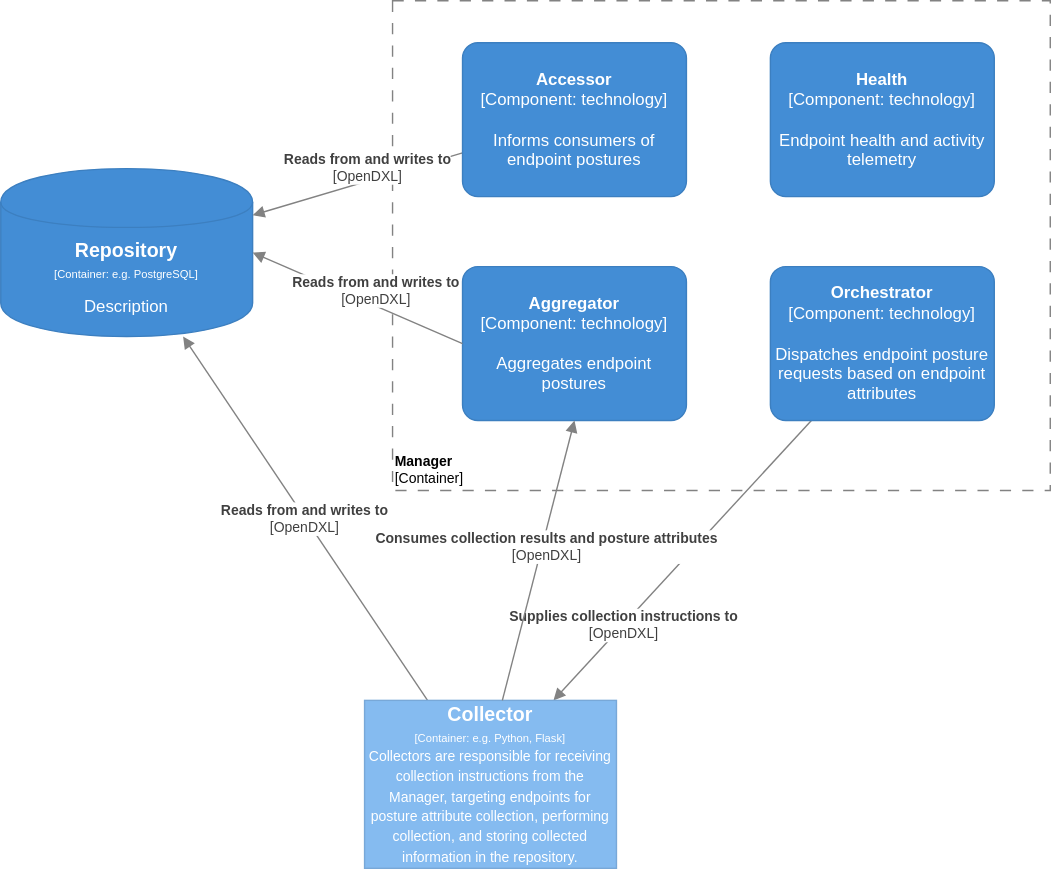
opencybersecurityalliance/documentation keeps this draw.io diagram as Architecture Documents/scap-components-SCAPv2 Manager.svg. Above is the earlier version. Source tidied: cells renumbered, new cells last; positions are measured from the earlier drawing's top-left corner, leaving out a move shared by most shapes. Its diagram source:
```xml
<mxGraphModel>
  <root>
    <mxCell id="0" />
    <mxCell id="1" parent="0" />
    <object id="2" label="&lt;font style=&quot;font-size: 10px&quot;&gt;&lt;b&gt;Manager&lt;br&gt;&lt;/b&gt;[Container]&lt;/font&gt;" name="Container Name" placeholders="1">
      <mxCell style="rounded=0;whiteSpace=wrap;html=1;strokeColor=#828282;fillColor=none;fontColor=#000000;align=left;labelPosition=center;verticalLabelPosition=middle;verticalAlign=bottom;dashed=1;strokeWidth=1;perimeterSpacing=0;spacing=2;spacingTop=0;fontSize=10;dashPattern=8 8;" parent="1" vertex="1">
        <mxGeometry x="280" width="470" height="350" as="geometry" />
      </mxCell>
    </object>
    <object id="3" label="&lt;div style=&quot;color: rgb(255 , 255 , 255) ; white-space: normal&quot;&gt;&lt;span style=&quot;font-size: 14px&quot;&gt;&lt;b&gt;Repository&lt;/b&gt;&lt;/span&gt;&lt;/div&gt;&lt;div style=&quot;color: rgb(255 , 255 , 255) ; font-size: 12px ; white-space: normal&quot;&gt;&lt;font style=&quot;font-size: 8px&quot;&gt;[Container: %technology%]&lt;/font&gt;&lt;/div&gt;&lt;div style=&quot;color: rgb(255 , 255 , 255) ; white-space: normal ; font-size: 8px&quot;&gt;&lt;font style=&quot;line-height: 9.6px&quot;&gt;&lt;br&gt;&lt;/font&gt;&lt;/div&gt;&lt;div style=&quot;color: rgb(255 , 255 , 255) ; white-space: normal&quot;&gt;%description%&lt;/div&gt;" description="Description" name="Container Name" placeholders="1" technology="e.g. PostgreSQL">
      <mxCell style="shape=cylinder;whiteSpace=wrap;html=1;boundedLbl=1;backgroundOutline=1;strokeColor=#3C7FC0;fillColor=#438DD5;fontSize=12;fontColor=#ffffff;align=center;rounded=0;" parent="1" vertex="1">
        <mxGeometry y="120" width="180" height="120" as="geometry" />
      </mxCell>
    </object>
    <object id="4" label="&lt;span style=&quot;font-size: 10px&quot;&gt;&lt;b&gt;Reads from and writes to&lt;/b&gt;&lt;br&gt;[OpenDXL]&lt;br&gt;&lt;/span&gt;" name="Data Flow Item Name" placeholders="1" technology="HTTP">
      <mxCell style="endArrow=block;html=1;fontSize=10;fontColor=#404040;strokeWidth=1;endFill=1;strokeColor=#828282;elbow=vertical;" parent="1" edge="1" source="10" target="3">
        <mxGeometry x="-0.12" y="-10" relative="1" as="geometry" />
      </mxCell>
    </object>
    <object id="5" label="&lt;span style=&quot;font-size: 10px&quot;&gt;&lt;b&gt;Reads from and writes to&lt;/b&gt;&lt;br&gt;[OpenDXL]&lt;br&gt;&lt;/span&gt;" name="Data Flow Item Name" placeholders="1" technology="HTTP">
      <mxCell style="endArrow=block;html=1;fontSize=10;fontColor=#404040;strokeWidth=1;endFill=1;strokeColor=#828282;elbow=vertical;exitX=0.25;exitY=0;exitDx=0;exitDy=0;" parent="1" edge="1" source="7" target="3">
        <mxGeometry relative="1" as="geometry" />
      </mxCell>
    </object>
    <object id="6" label="&lt;b&gt;Supplies collection instructions to&lt;br&gt;&lt;/b&gt;[OpenDXL]&lt;span style=&quot;font-size: 10px&quot;&gt;&lt;br&gt;&lt;/span&gt;" name="Data Flow Item Name" placeholders="1" technology="HTTP">
      <mxCell style="endArrow=block;html=1;fontSize=10;fontColor=#404040;strokeWidth=1;endFill=1;strokeColor=#828282;elbow=vertical;entryX=0.75;entryY=0;entryDx=0;entryDy=0;" parent="1" edge="1" source="9" target="7">
        <mxGeometry x="0.46" relative="1" as="geometry" />
      </mxCell>
    </object>
    <object id="7" label="&lt;div&gt;&lt;span style=&quot;font-size: 14px&quot;&gt;&lt;b&gt;Collector&lt;/b&gt;&lt;/span&gt;&lt;/div&gt;&lt;div&gt;&lt;span style=&quot;font-size: 8px&quot;&gt;[Container: %technology%]&lt;/span&gt;&lt;br&gt;&lt;/div&gt;&lt;div&gt;&lt;span style=&quot;font-size: x-small&quot;&gt;Collectors are responsible for receiving collection instructions from the Manager, targeting endpoints for posture attribute collection, performing collection, and storing collected information in the repository.&lt;/span&gt;&lt;br&gt;&lt;/div&gt;" description="Description" name="Container Name" placeholders="1" technology="e.g. Python, Flask">
      <mxCell style="rounded=0;whiteSpace=wrap;html=1;fillColor=#85BBF0;fontColor=#ffffff;strokeColor=#78A8D8;arcSize=10;" parent="1" vertex="1">
        <mxGeometry x="260" y="500" width="180" height="120" as="geometry" />
      </mxCell>
    </object>
    <object id="8" label="&lt;b&gt;%c4Name%&lt;/b&gt;&lt;div&gt;[%c4Type%: %c4Technology%]&lt;/div&gt;&lt;br&gt;&lt;div&gt;%c4Description%&lt;/div&gt;" c4Description="Endpoint health and activity telemetry" c4Name="Health" c4Technology="technology" c4Type="Component" placeholders="1">
      <mxCell style="rounded=1;whiteSpace=wrap;html=1;labelBackgroundColor=none;fillColor=#438DD5;fontColor=#ffffff;align=center;arcSize=10;strokeColor=#3C7FC0;metaData={&quot;c4Type&quot;:{&quot;editable&quot;:false}};" parent="1" vertex="1">
        <mxGeometry x="550" y="30" width="160" height="110" as="geometry" />
      </mxCell>
    </object>
    <object id="9" label="&lt;b&gt;%c4Name%&lt;/b&gt;&lt;div&gt;[%c4Type%: %c4Technology%]&lt;/div&gt;&lt;br&gt;&lt;div&gt;%c4Description%&lt;/div&gt;" c4Description="Dispatches endpoint posture requests based on endpoint attributes" c4Name="Orchestrator" c4Technology="technology" c4Type="Component" placeholders="1">
      <mxCell style="rounded=1;whiteSpace=wrap;html=1;labelBackgroundColor=none;fillColor=#438DD5;fontColor=#ffffff;align=center;arcSize=10;strokeColor=#3C7FC0;metaData={&quot;c4Type&quot;:{&quot;editable&quot;:false}};points=[[0.25,0,0],[0.5,0,0],[0.75,0,0],[1,0.25,0],[1,0.5,0],[1,0.75,0],[0.75,1,0],[0.5,1,0],[0.25,1,0],[0,0.75,0],[0,0.5,0],[0,0.25,0]];" parent="1" vertex="1">
        <mxGeometry x="550" y="190" width="160" height="110" as="geometry" />
      </mxCell>
    </object>
    <object id="10" label="&lt;b&gt;%c4Name%&lt;/b&gt;&lt;div&gt;[%c4Type%: %c4Technology%]&lt;/div&gt;&lt;br&gt;&lt;div&gt;%c4Description%&lt;/div&gt;" c4Description="Informs consumers of endpoint postures" c4Name="Accessor" c4Technology="technology" c4Type="Component" placeholders="1">
      <mxCell style="rounded=1;whiteSpace=wrap;html=1;labelBackgroundColor=none;fillColor=#438DD5;fontColor=#ffffff;align=center;arcSize=10;strokeColor=#3C7FC0;metaData={&quot;c4Type&quot;:{&quot;editable&quot;:false}};points=[[0.25,0,0],[0.5,0,0],[0.75,0,0],[1,0.25,0],[1,0.5,0],[1,0.75,0],[0.75,1,0],[0.5,1,0],[0.25,1,0],[0,0.75,0],[0,0.5,0],[0,0.25,0]];" parent="1" vertex="1">
        <mxGeometry x="330" y="30" width="160" height="110" as="geometry" />
      </mxCell>
    </object>
    <object id="11" label="&lt;b&gt;%c4Name%&lt;/b&gt;&lt;div&gt;[%c4Type%: %c4Technology%]&lt;/div&gt;&lt;br&gt;&lt;div&gt;%c4Description%&lt;/div&gt;" c4Description="Aggregates endpoint postures" c4Name="Aggregator" c4Technology="technology" c4Type="Component" placeholders="1">
      <mxCell style="rounded=1;whiteSpace=wrap;html=1;labelBackgroundColor=none;fillColor=#438DD5;fontColor=#ffffff;align=center;arcSize=10;strokeColor=#3C7FC0;metaData={&quot;c4Type&quot;:{&quot;editable&quot;:false}};points=[[0.25,0,0],[0.5,0,0],[0.75,0,0],[1,0.25,0],[1,0.5,0],[1,0.75,0],[0.75,1,0],[0.5,1,0],[0.25,1,0],[0,0.75,0],[0,0.5,0],[0,0.25,0]];" parent="1" vertex="1">
        <mxGeometry x="330" y="190" width="160" height="110" as="geometry" />
      </mxCell>
    </object>
    <object id="12" label="&lt;b&gt;Consumes collection results and posture attributes&lt;br&gt;&lt;/b&gt;[OpenDXL]&lt;span style=&quot;font-size: 10px&quot;&gt;&lt;br&gt;&lt;/span&gt;" name="Data Flow Item Name" placeholders="1" technology="HTTP">
      <mxCell style="endArrow=block;html=1;fontSize=10;fontColor=#404040;strokeWidth=1;endFill=1;strokeColor=#828282;elbow=vertical;entryX=0.5;entryY=1;entryDx=0;entryDy=0;entryPerimeter=0;exitX=0.547;exitY=0;exitDx=0;exitDy=0;exitPerimeter=0;" parent="1" edge="1" source="7" target="11">
        <mxGeometry x="0.11" y="-3" relative="1" as="geometry" />
      </mxCell>
    </object>
    <object id="13" label="&lt;span style=&quot;font-size: 10px&quot;&gt;&lt;b&gt;Reads from and writes to&lt;/b&gt;&lt;br&gt;[OpenDXL]&lt;br&gt;&lt;/span&gt;" name="Data Flow Item Name" placeholders="1" technology="HTTP">
      <mxCell style="endArrow=block;html=1;fontSize=10;fontColor=#404040;strokeWidth=1;endFill=1;strokeColor=#828282;elbow=vertical;exitX=0;exitY=0.5;exitDx=0;exitDy=0;exitPerimeter=0;entryX=1;entryY=0.5;entryDx=0;entryDy=0;" parent="1" edge="1" source="11" target="3">
        <mxGeometry x="-0.12" y="-10" relative="1" as="geometry" />
      </mxCell>
    </object>
  </root>
</mxGraphModel>
```
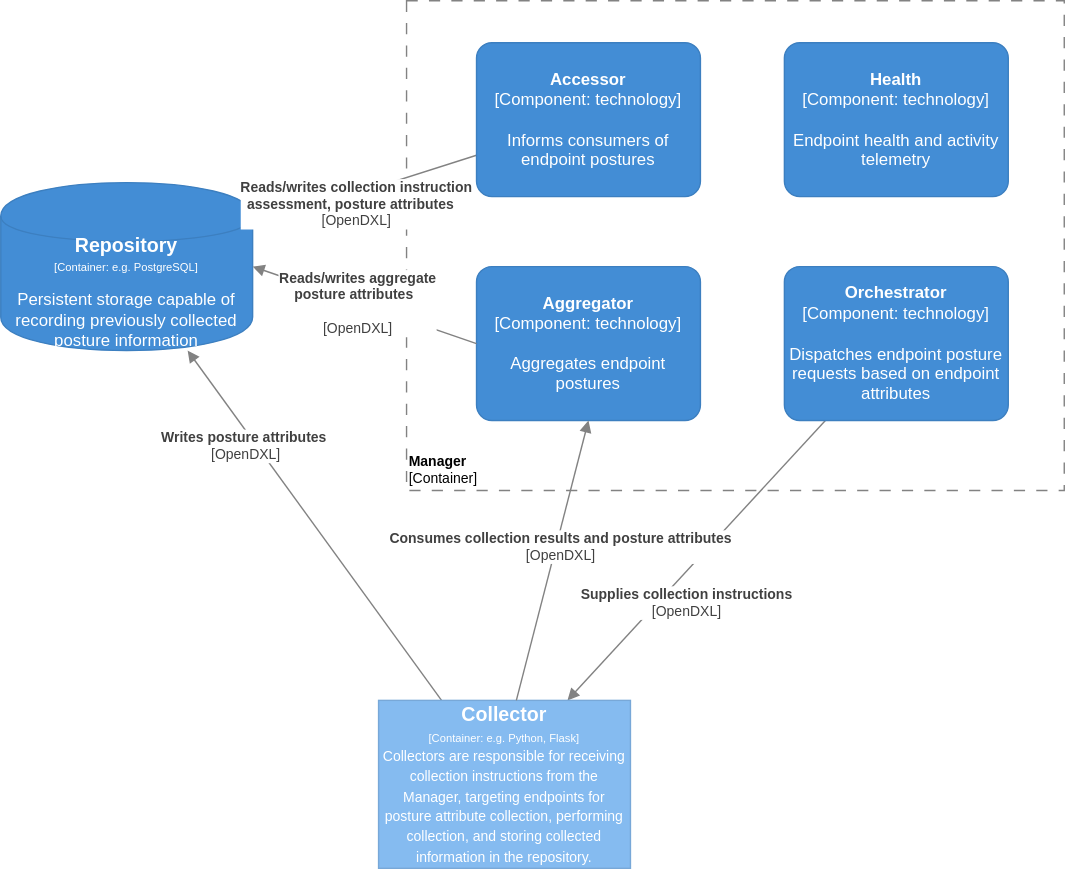
The same diagram one commit later.

Commit message:
Image and terminology updates focusing on SCAP Component diagram

Diff of the diagram source:
```diff
@@ -7,24 +7,24 @@
         <mxGeometry x="280" width="470" height="350" as="geometry" />
       </mxCell>
     </object>
-    <object id="3" label="&lt;div style=&quot;color: rgb(255 , 255 , 255) ; white-space: normal&quot;&gt;&lt;span style=&quot;font-size: 14px&quot;&gt;&lt;b&gt;Repository&lt;/b&gt;&lt;/span&gt;&lt;/div&gt;&lt;div style=&quot;color: rgb(255 , 255 , 255) ; font-size: 12px ; white-space: normal&quot;&gt;&lt;font style=&quot;font-size: 8px&quot;&gt;[Container: %technology%]&lt;/font&gt;&lt;/div&gt;&lt;div style=&quot;color: rgb(255 , 255 , 255) ; white-space: normal ; font-size: 8px&quot;&gt;&lt;font style=&quot;line-height: 9.6px&quot;&gt;&lt;br&gt;&lt;/font&gt;&lt;/div&gt;&lt;div style=&quot;color: rgb(255 , 255 , 255) ; white-space: normal&quot;&gt;%description%&lt;/div&gt;" description="Description" name="Container Name" placeholders="1" technology="e.g. PostgreSQL">
+    <object id="3" label="&lt;div style=&quot;color: rgb(255 , 255 , 255)&quot;&gt;&lt;span style=&quot;font-size: 14px&quot;&gt;&lt;b&gt;Repository&lt;/b&gt;&lt;/span&gt;&lt;/div&gt;&lt;div style=&quot;color: rgb(255 , 255 , 255) ; font-size: 12px&quot;&gt;&lt;font style=&quot;font-size: 8px&quot;&gt;[Container: %technology%]&lt;/font&gt;&lt;/div&gt;&lt;div style=&quot;color: rgb(255 , 255 , 255) ; font-size: 8px&quot;&gt;&lt;font style=&quot;line-height: 9.6px&quot;&gt;&lt;br&gt;&lt;/font&gt;&lt;/div&gt;&lt;div style=&quot;color: rgb(255 , 255 , 255)&quot;&gt;Persistent storage capable of recording previously collected posture information&lt;/div&gt;" description="Description" name="Container Name" placeholders="1" technology="e.g. PostgreSQL">
       <mxCell style="shape=cylinder;whiteSpace=wrap;html=1;boundedLbl=1;backgroundOutline=1;strokeColor=#3C7FC0;fillColor=#438DD5;fontSize=12;fontColor=#ffffff;align=center;rounded=0;" parent="1" vertex="1">
-        <mxGeometry y="120" width="180" height="120" as="geometry" />
+        <mxGeometry x="-10" y="130" width="180" height="120" as="geometry" />
       </mxCell>
     </object>
-    <object id="4" label="&lt;span style=&quot;font-size: 10px&quot;&gt;&lt;b&gt;Reads from and writes to&lt;/b&gt;&lt;br&gt;[OpenDXL]&lt;br&gt;&lt;/span&gt;" name="Data Flow Item Name" placeholders="1" technology="HTTP">
+    <object id="4" label="&lt;span style=&quot;font-size: 10px&quot;&gt;&lt;b&gt;Reads/writes&amp;nbsp;&lt;/b&gt;&lt;/span&gt;&lt;b&gt;collection instruction&lt;br&gt;&lt;/b&gt;&lt;b&gt;assessment,&amp;nbsp;&lt;/b&gt;&lt;span style=&quot;font-size: 10px&quot;&gt;&lt;b&gt;posture attributes&amp;nbsp; &amp;nbsp;&lt;/b&gt;&lt;br&gt;[OpenDXL]&lt;br&gt;&lt;/span&gt;" name="Data Flow Item Name" placeholders="1" technology="HTTP">
       <mxCell style="endArrow=block;html=1;fontSize=10;fontColor=#404040;strokeWidth=1;endFill=1;strokeColor=#828282;elbow=vertical;" parent="1" edge="1" source="10" target="3">
-        <mxGeometry x="-0.12" y="-10" relative="1" as="geometry" />
+        <mxGeometry x="0.09" y="7" relative="1" as="geometry" />
       </mxCell>
     </object>
-    <object id="5" label="&lt;span style=&quot;font-size: 10px&quot;&gt;&lt;b&gt;Reads from and writes to&lt;/b&gt;&lt;br&gt;[OpenDXL]&lt;br&gt;&lt;/span&gt;" name="Data Flow Item Name" placeholders="1" technology="HTTP">
+    <object id="5" label="&lt;span style=&quot;font-size: 10px&quot;&gt;&lt;b&gt;Writes posture attributes&amp;nbsp;&lt;/b&gt;&lt;br&gt;[OpenDXL]&lt;br&gt;&lt;/span&gt;" name="Data Flow Item Name" placeholders="1" technology="HTTP">
       <mxCell style="endArrow=block;html=1;fontSize=10;fontColor=#404040;strokeWidth=1;endFill=1;strokeColor=#828282;elbow=vertical;exitX=0.25;exitY=0;exitDx=0;exitDy=0;" parent="1" edge="1" source="7" target="3">
-        <mxGeometry relative="1" as="geometry" />
+        <mxGeometry x="0.49" y="6" relative="1" as="geometry" />
       </mxCell>
     </object>
-    <object id="6" label="&lt;b&gt;Supplies collection instructions to&lt;br&gt;&lt;/b&gt;[OpenDXL]&lt;span style=&quot;font-size: 10px&quot;&gt;&lt;br&gt;&lt;/span&gt;" name="Data Flow Item Name" placeholders="1" technology="HTTP">
+    <object id="6" label="&lt;b&gt;Supplies collection instructions&lt;br&gt;&lt;/b&gt;[OpenDXL]&lt;span style=&quot;font-size: 10px&quot;&gt;&lt;br&gt;&lt;/span&gt;" name="Data Flow Item Name" placeholders="1" technology="HTTP">
       <mxCell style="endArrow=block;html=1;fontSize=10;fontColor=#404040;strokeWidth=1;endFill=1;strokeColor=#828282;elbow=vertical;entryX=0.75;entryY=0;entryDx=0;entryDy=0;" parent="1" edge="1" source="9" target="7">
-        <mxGeometry x="0.46" relative="1" as="geometry" />
+        <mxGeometry x="0.2" y="15" relative="1" as="geometry" />
       </mxCell>
     </object>
     <object id="7" label="&lt;div&gt;&lt;span style=&quot;font-size: 14px&quot;&gt;&lt;b&gt;Collector&lt;/b&gt;&lt;/span&gt;&lt;/div&gt;&lt;div&gt;&lt;span style=&quot;font-size: 8px&quot;&gt;[Container: %technology%]&lt;/span&gt;&lt;br&gt;&lt;/div&gt;&lt;div&gt;&lt;span style=&quot;font-size: x-small&quot;&gt;Collectors are responsible for receiving collection instructions from the Manager, targeting endpoints for posture attribute collection, performing collection, and storing collected information in the repository.&lt;/span&gt;&lt;br&gt;&lt;/div&gt;" description="Description" name="Container Name" placeholders="1" technology="e.g. Python, Flask">
@@ -57,9 +57,9 @@
         <mxGeometry x="0.11" y="-3" relative="1" as="geometry" />
       </mxCell>
     </object>
-    <object id="13" label="&lt;span style=&quot;font-size: 10px&quot;&gt;&lt;b&gt;Reads from and writes to&lt;/b&gt;&lt;br&gt;[OpenDXL]&lt;br&gt;&lt;/span&gt;" name="Data Flow Item Name" placeholders="1" technology="HTTP">
+    <object id="13" label="&lt;b&gt;Reads/writes aggregate&lt;/b&gt;&lt;b&gt;&lt;br&gt;&lt;/b&gt;&lt;b&gt;posture attributes&amp;nbsp;&amp;nbsp;&lt;/b&gt;&lt;span style=&quot;font-size: 10px&quot;&gt;&lt;b&gt;&lt;br&gt;&amp;nbsp;&lt;/b&gt;&lt;br&gt;[OpenDXL]&lt;br&gt;&lt;/span&gt;" name="Data Flow Item Name" placeholders="1" technology="HTTP">
       <mxCell style="endArrow=block;html=1;fontSize=10;fontColor=#404040;strokeWidth=1;endFill=1;strokeColor=#828282;elbow=vertical;exitX=0;exitY=0.5;exitDx=0;exitDy=0;exitPerimeter=0;entryX=1;entryY=0.5;entryDx=0;entryDy=0;" parent="1" edge="1" source="11" target="3">
-        <mxGeometry x="-0.12" y="-10" relative="1" as="geometry" />
+        <mxGeometry x="0.07" relative="1" as="geometry" />
       </mxCell>
     </object>
   </root>
```
